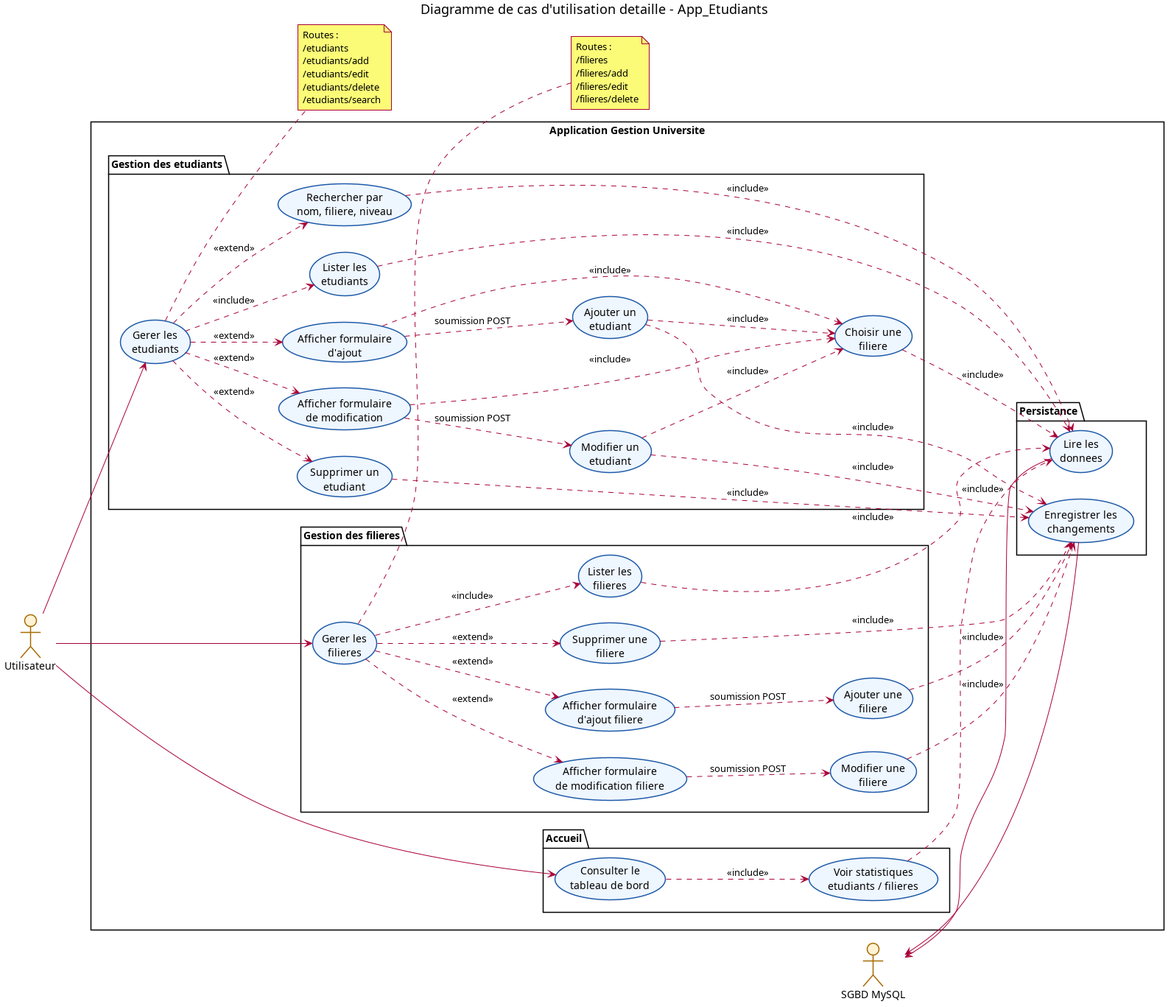
The PlantUML diagram docs/uml/images/use-case.png in mehdidabaj/app-etudiant, before a commit. Its source is kept beside it as docs/uml/use-case.puml.
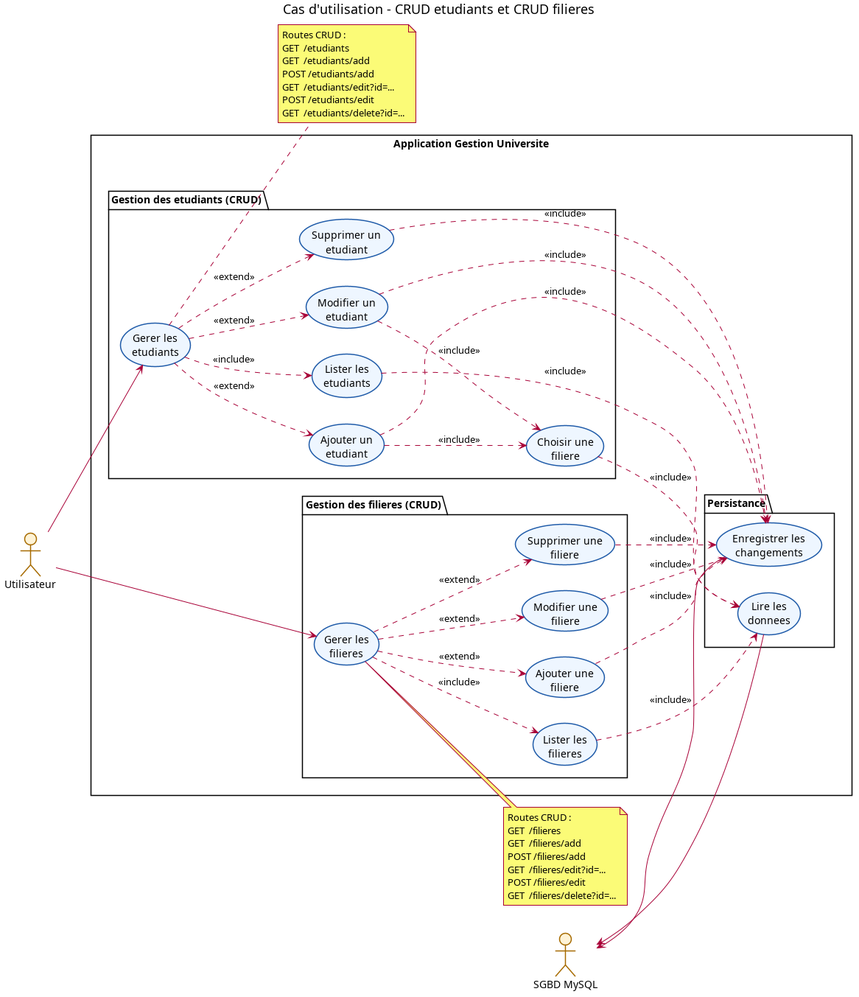
The same file after the commit.

Commit message:
Focus UML diagrams on student and filiere CRUD

Diff of the diagram source:
```diff
@@ -1,5 +1,5 @@
 @startuml
-title Diagramme de cas d'utilisation detaille - App_Etudiants
+title Cas d'utilisation - CRUD etudiants et CRUD filieres
 left to right direction
 skinparam packageStyle rectangle
 skinparam shadowing false
@@ -16,29 +16,19 @@
 actor "SGBD MySQL" as MySQL
 
 rectangle "Application Gestion Universite" {
-  package "Accueil" {
-    usecase "Consulter le\ntableau de bord" as UC_Dashboard
-    usecase "Voir statistiques\netudiants / filieres" as UC_Stats
-  }
-
-  package "Gestion des etudiants" {
+  package "Gestion des etudiants (CRUD)" {
     usecase "Gerer les\netudiants" as UC_GererEtudiants
     usecase "Lister les\netudiants" as UC_ListerEtudiants
-    usecase "Rechercher par\nnom, filiere, niveau" as UC_RechercherEtudiants
-    usecase "Afficher formulaire\nd'ajout" as UC_FormAjoutEtudiant
     usecase "Ajouter un\netudiant" as UC_AjouterEtudiant
-    usecase "Afficher formulaire\nde modification" as UC_FormEditEtudiant
     usecase "Modifier un\netudiant" as UC_ModifierEtudiant
     usecase "Supprimer un\netudiant" as UC_SupprimerEtudiant
     usecase "Choisir une\nfiliere" as UC_ChoisirFiliere
   }
 
-  package "Gestion des filieres" {
+  package "Gestion des filieres (CRUD)" {
     usecase "Gerer les\nfilieres" as UC_GererFilieres
     usecase "Lister les\nfilieres" as UC_ListerFilieres
-    usecase "Afficher formulaire\nd'ajout filiere" as UC_FormAjoutFiliere
     usecase "Ajouter une\nfiliere" as UC_AjouterFiliere
-    usecase "Afficher formulaire\nde modification filiere" as UC_FormEditFiliere
     usecase "Modifier une\nfiliere" as UC_ModifierFiliere
     usecase "Supprimer une\nfiliere" as UC_SupprimerFiliere
   }
@@ -49,40 +39,27 @@
   }
 }
 
-Utilisateur --> UC_Dashboard
 Utilisateur --> UC_GererEtudiants
 Utilisateur --> UC_GererFilieres
 
-UC_Dashboard ..> UC_Stats : <<include>>
-UC_Stats ..> UC_Lire : <<include>>
-
 UC_GererEtudiants ..> UC_ListerEtudiants : <<include>>
-UC_GererEtudiants ..> UC_RechercherEtudiants : <<extend>>
-UC_GererEtudiants ..> UC_FormAjoutEtudiant : <<extend>>
-UC_GererEtudiants ..> UC_FormEditEtudiant : <<extend>>
+UC_GererEtudiants ..> UC_AjouterEtudiant : <<extend>>
+UC_GererEtudiants ..> UC_ModifierEtudiant : <<extend>>
 UC_GererEtudiants ..> UC_SupprimerEtudiant : <<extend>>
 
-UC_FormAjoutEtudiant ..> UC_ChoisirFiliere : <<include>>
 UC_AjouterEtudiant ..> UC_ChoisirFiliere : <<include>>
-UC_FormEditEtudiant ..> UC_ChoisirFiliere : <<include>>
 UC_ModifierEtudiant ..> UC_ChoisirFiliere : <<include>>
 
-UC_FormAjoutEtudiant ..> UC_AjouterEtudiant : soumission POST
-UC_FormEditEtudiant ..> UC_ModifierEtudiant : soumission POST
-
 UC_ListerEtudiants ..> UC_Lire : <<include>>
-UC_RechercherEtudiants ..> UC_Lire : <<include>>
 UC_ChoisirFiliere ..> UC_Lire : <<include>>
 UC_AjouterEtudiant ..> UC_Ecrire : <<include>>
 UC_ModifierEtudiant ..> UC_Ecrire : <<include>>
 UC_SupprimerEtudiant ..> UC_Ecrire : <<include>>
 
 UC_GererFilieres ..> UC_ListerFilieres : <<include>>
-UC_GererFilieres ..> UC_FormAjoutFiliere : <<extend>>
-UC_GererFilieres ..> UC_FormEditFiliere : <<extend>>
+UC_GererFilieres ..> UC_AjouterFiliere : <<extend>>
+UC_GererFilieres ..> UC_ModifierFiliere : <<extend>>
 UC_GererFilieres ..> UC_SupprimerFiliere : <<extend>>
-UC_FormAjoutFiliere ..> UC_AjouterFiliere : soumission POST
-UC_FormEditFiliere ..> UC_ModifierFiliere : soumission POST
 
 UC_ListerFilieres ..> UC_Lire : <<include>>
 UC_AjouterFiliere ..> UC_Ecrire : <<include>>
@@ -93,19 +70,22 @@
 MySQL <-- UC_Ecrire
 
 note right of UC_GererEtudiants
-  Routes :
-  /etudiants
-  /etudiants/add
-  /etudiants/edit
-  /etudiants/delete
-  /etudiants/search
+  Routes CRUD :
+  GET  /etudiants
+  GET  /etudiants/add
+  POST /etudiants/add
+  GET  /etudiants/edit?id=...
+  POST /etudiants/edit
+  GET  /etudiants/delete?id=...
 end note
 
 note right of UC_GererFilieres
-  Routes :
-  /filieres
-  /filieres/add
-  /filieres/edit
-  /filieres/delete
+  Routes CRUD :
+  GET  /filieres
+  GET  /filieres/add
+  POST /filieres/add
+  GET  /filieres/edit?id=...
+  POST /filieres/edit
+  GET  /filieres/delete?id=...
 end note
 @enduml
```
